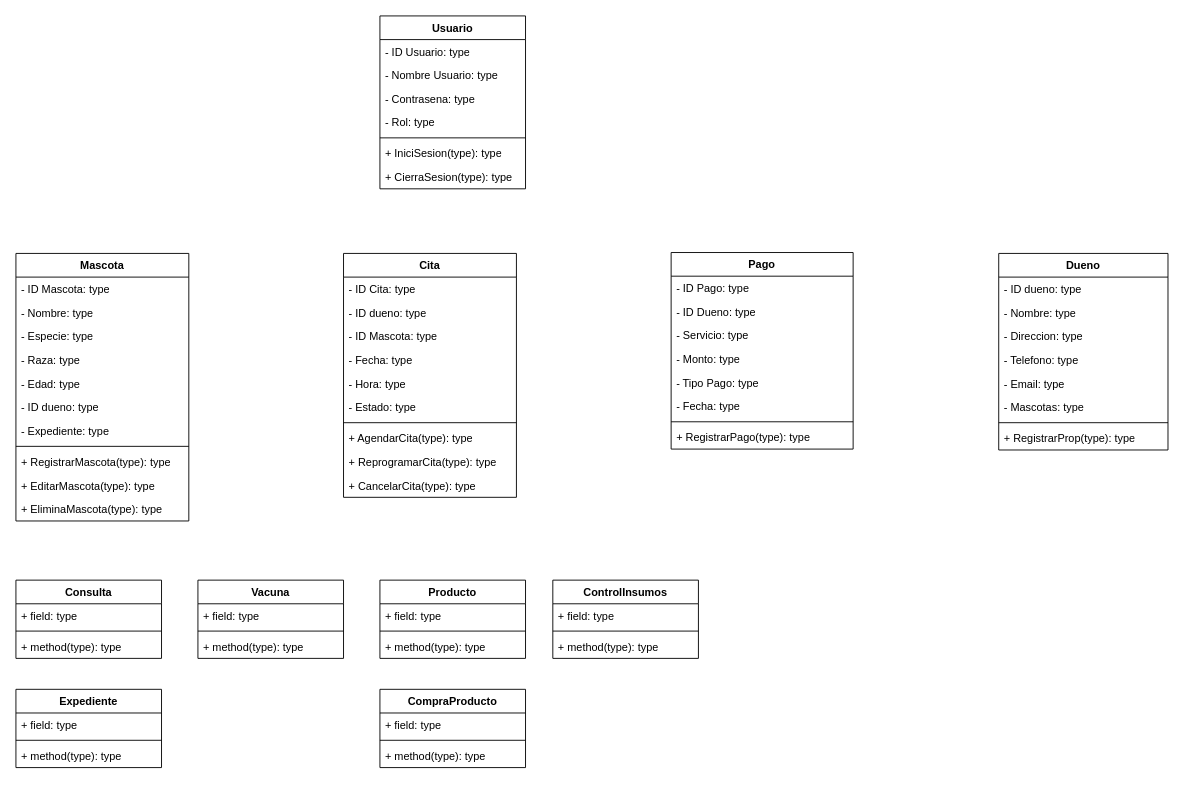
This is Diagrama sin título.drawio from NixieNixi/diagramaClases, a draw.io file, before an edit. Source tidied: cells renumbered, new cells numbered last; positions are measured from the earlier drawing's top-left corner, leaving out a move shared by most shapes. Both pictures are drawn from the tidied source at 91%, with x=0, y=0 at pixel (15, 15).
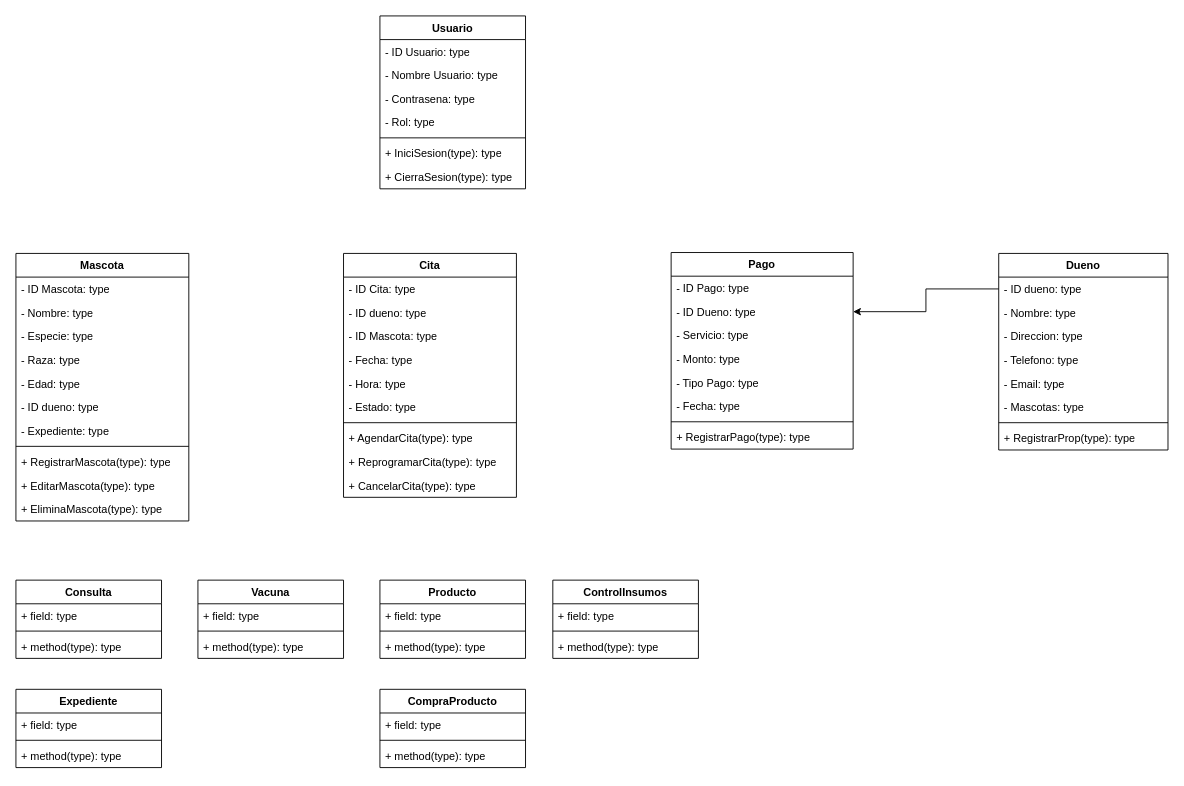
After the change.

Unchanged cells that the change refers to:
```xml
<mxCell id="15" value="- ID dueno: type" style="text;strokeColor=none;fillColor=none;align=left;verticalAlign=top;spacingLeft=4;spacingRight=4;overflow=hidden;points=[[0,0.5],[1,0.5]];portConstraint=eastwest;whiteSpace=wrap;html=1;" parent="14" vertex="1">
  <mxGeometry y="26" width="186" height="26" as="geometry" />
</mxCell>
<mxCell id="36" value="- ID Dueno: type" style="text;strokeColor=none;fillColor=none;align=left;verticalAlign=top;spacingLeft=4;spacingRight=4;overflow=hidden;points=[[0,0.5],[1,0.5]];portConstraint=eastwest;whiteSpace=wrap;html=1;" parent="34" vertex="1">
  <mxGeometry y="52" width="200" height="26" as="geometry" />
</mxCell>
```

Diff of the diagram source:
```diff
@@
+    <mxCell id="75" style="edgeStyle=orthogonalEdgeStyle;rounded=0;jettySize=auto;html=1;exitX=0;exitY=0.5;exitDx=0;exitDy=0;entryX=1;entryY=0.5;entryDx=0;entryDy=0;" parent="1" edge="1" source="15" target="36">
+      <mxGeometry relative="1" as="geometry" />
+    </mxCell>
```
